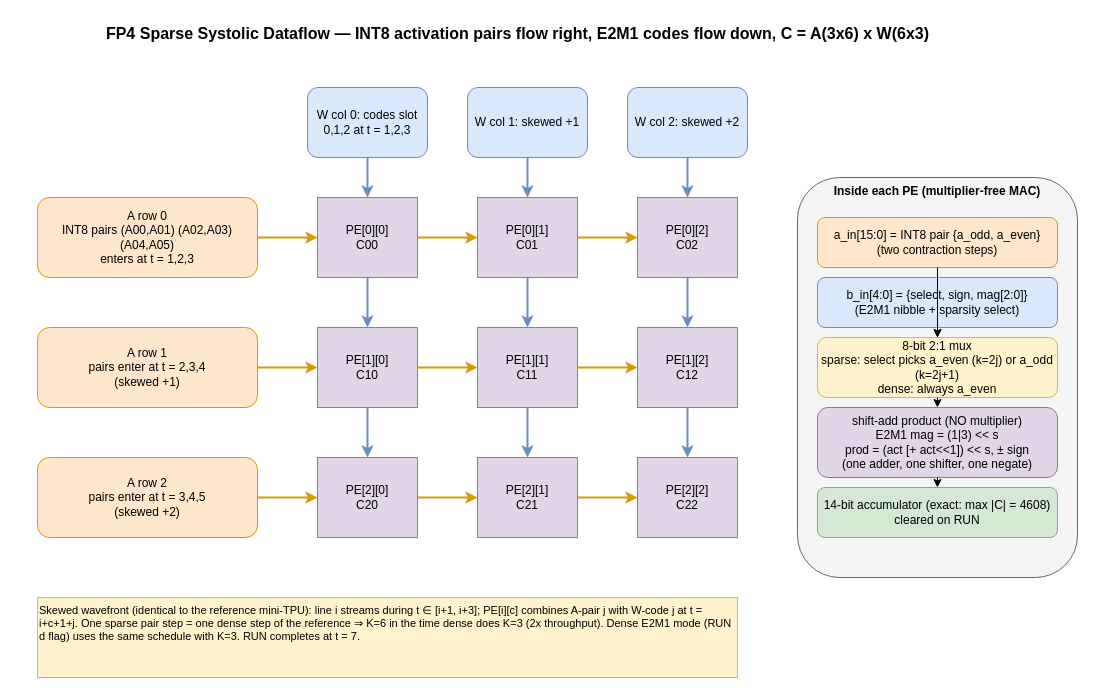
Earlier version of the draw.io diagram docs/Dataflow.drawio (kashif/kashif-fp4-sparse-tpu). Source tidied: cells renumbered, new cells numbered last; positions are measured from the earlier drawing's top-left corner, leaving out a move shared by most shapes. Both pictures are drawn from the tidied source at 100%, with x=0, y=0 at pixel (17, 17).
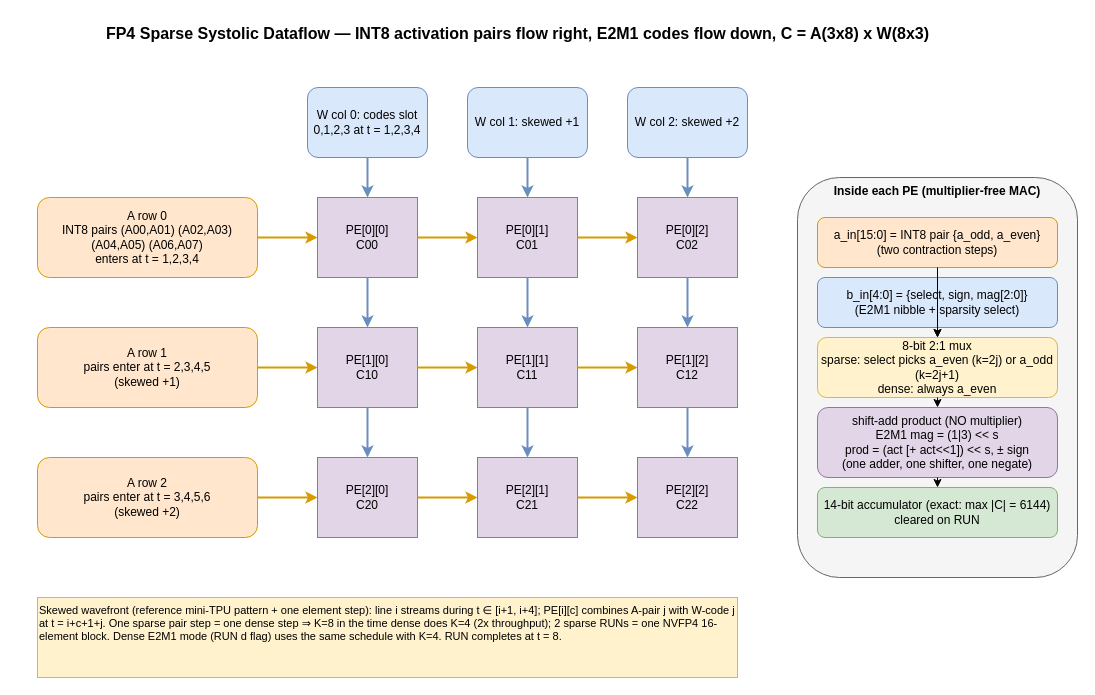
After the change.

Commit message (it also covers changes not shown here):
deepen to k=8, aligns nvfp4 16-blocks

Change to the diagram source:
```diff
@@
-    <mxCell id="2" value="FP4 Sparse Systolic Dataflow — INT8 activation pairs flow right, E2M1 codes flow down, C = A(3x6) x W(6x3)" style="text;html=1;fontSize=16;fontStyle=1;align=center;" parent="1" vertex="1">
+    <mxCell id="2" value="FP4 Sparse Systolic Dataflow — INT8 activation pairs flow right, E2M1 codes flow down, C = A(3x8) x W(8x3)" style="text;html=1;fontSize=16;fontStyle=1;align=center;" parent="1" vertex="1">
       <mxGeometry width="1000" height="30" as="geometry" />
     </mxCell>
@@
-    <mxCell id="12" value="A row 0&#10;INT8 pairs (A00,A01) (A02,A03) (A04,A05)&#10;enters at t = 1,2,3" style="rounded=1;whiteSpace=wrap;html=1;fillColor=#ffe6cc;strokeColor=#d79b00;" parent="1" vertex="1">
+    <mxCell id="12" value="A row 0&#10;INT8 pairs (A00,A01) (A02,A03) (A04,A05) (A06,A07)&#10;enters at t = 1,2,3,4" style="rounded=1;whiteSpace=wrap;html=1;fillColor=#ffe6cc;strokeColor=#d79b00;" parent="1" vertex="1">
       <mxGeometry x="20" y="180" width="220" height="80" as="geometry" />
     </mxCell>
-    <mxCell id="13" value="A row 1&#10;pairs enter at t = 2,3,4&#10;(skewed +1)" style="rounded=1;whiteSpace=wrap;html=1;fillColor=#ffe6cc;strokeColor=#d79b00;" parent="1" vertex="1">
+    <mxCell id="13" value="A row 1&#10;pairs enter at t = 2,3,4,5&#10;(skewed +1)" style="rounded=1;whiteSpace=wrap;html=1;fillColor=#ffe6cc;strokeColor=#d79b00;" parent="1" vertex="1">
       <mxGeometry x="20" y="310" width="220" height="80" as="geometry" />
     </mxCell>
-    <mxCell id="14" value="A row 2&#10;pairs enter at t = 3,4,5&#10;(skewed +2)" style="rounded=1;whiteSpace=wrap;html=1;fillColor=#ffe6cc;strokeColor=#d79b00;" parent="1" vertex="1">
+    <mxCell id="14" value="A row 2&#10;pairs enter at t = 3,4,5,6&#10;(skewed +2)" style="rounded=1;whiteSpace=wrap;html=1;fillColor=#ffe6cc;strokeColor=#d79b00;" parent="1" vertex="1">
       <mxGeometry x="20" y="440" width="220" height="80" as="geometry" />
     </mxCell>
-    <mxCell id="15" value="W col 0: codes slot 0,1,2 at t = 1,2,3" style="rounded=1;whiteSpace=wrap;html=1;fillColor=#dae8fc;strokeColor=#6c8ebf;" parent="1" vertex="1">
+    <mxCell id="15" value="W col 0: codes slot 0,1,2,3 at t = 1,2,3,4" style="rounded=1;whiteSpace=wrap;html=1;fillColor=#dae8fc;strokeColor=#6c8ebf;" parent="1" vertex="1">
       <mxGeometry x="290" y="70" width="120" height="70" as="geometry" />
     </mxCell>
@@
-    <mxCell id="41" value="14-bit accumulator (exact: max |C| = 4608)&#10;cleared on RUN" style="rounded=1;whiteSpace=wrap;html=1;fillColor=#d5e8d4;strokeColor=#82b366;" parent="1" vertex="1">
+    <mxCell id="41" value="14-bit accumulator (exact: max |C| = 6144)&#10;cleared on RUN" style="rounded=1;whiteSpace=wrap;html=1;fillColor=#d5e8d4;strokeColor=#82b366;" parent="1" vertex="1">
       <mxGeometry x="800" y="470" width="240" height="50" as="geometry" />
     </mxCell>
@@
-    <mxCell id="46" value="Skewed wavefront (identical to the reference mini-TPU): line i streams during t ∈ [i+1, i+3]; PE[i][c] combines A-pair j with W-code j at t = i+c+1+j. One sparse pair step = one dense step of the reference ⇒ K=6 in the time dense does K=3 (2x throughput). Dense E2M1 mode (RUN d flag) uses the same schedule with K=3. RUN completes at t = 7." style="text;html=1;whiteSpace=wrap;fontSize=11;fillColor=#fff2cc;strokeColor=#d6b656;" parent="1" vertex="1">
+    <mxCell id="46" value="Skewed wavefront (reference mini-TPU pattern + one element step): line i streams during t ∈ [i+1, i+4]; PE[i][c] combines A-pair j with W-code j at t = i+c+1+j. One sparse pair step = one dense step ⇒ K=8 in the time dense does K=4 (2x throughput); 2 sparse RUNs = one NVFP4 16-element block. Dense E2M1 mode (RUN d flag) uses the same schedule with K=4. RUN completes at t = 8." style="text;html=1;whiteSpace=wrap;fontSize=11;fillColor=#fff2cc;strokeColor=#d6b656;" parent="1" vertex="1">
       <mxGeometry x="20" y="580" width="700" height="80" as="geometry" />
     </mxCell>
```
